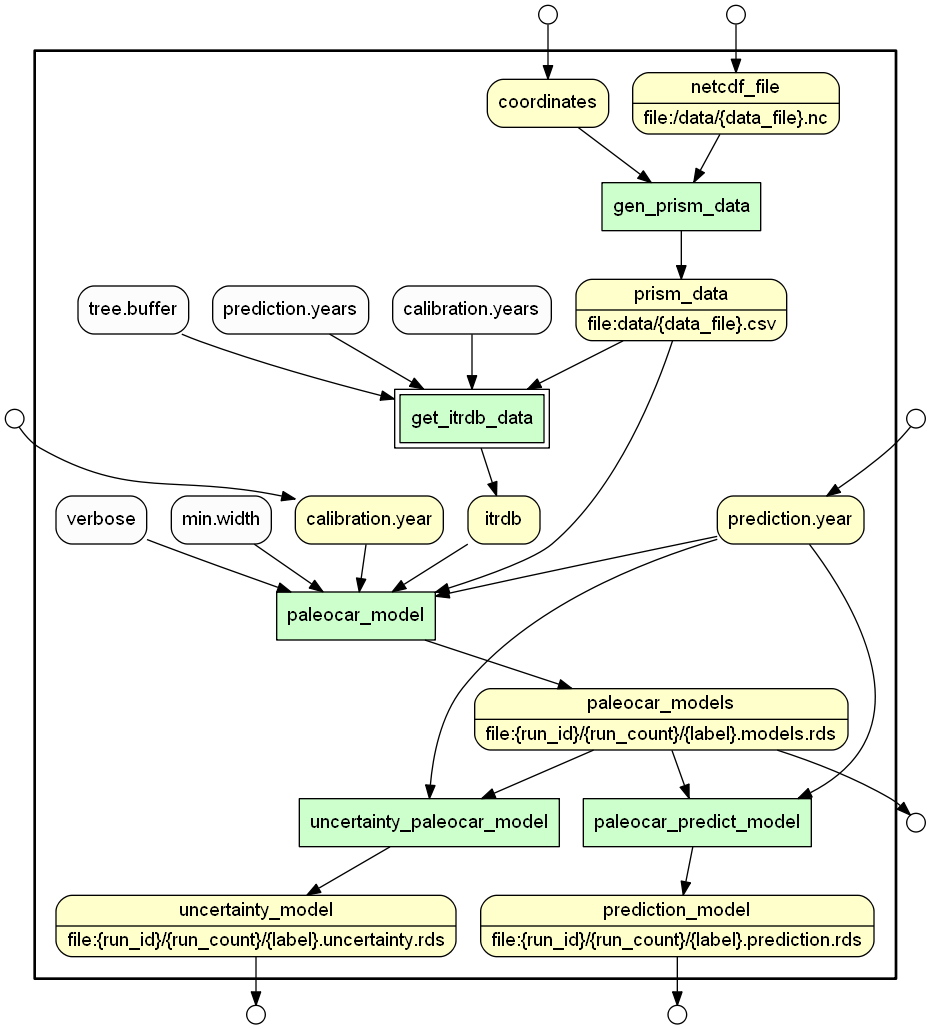
This is public/prospective_prov_img/paleocar_data_flow.png from idaks/wt-prov-Summer-2017, a Graphviz export, as it was before one commit. Its source is kept beside it as .prov_scripts/gv_files/paleocar_data_flow.gv.
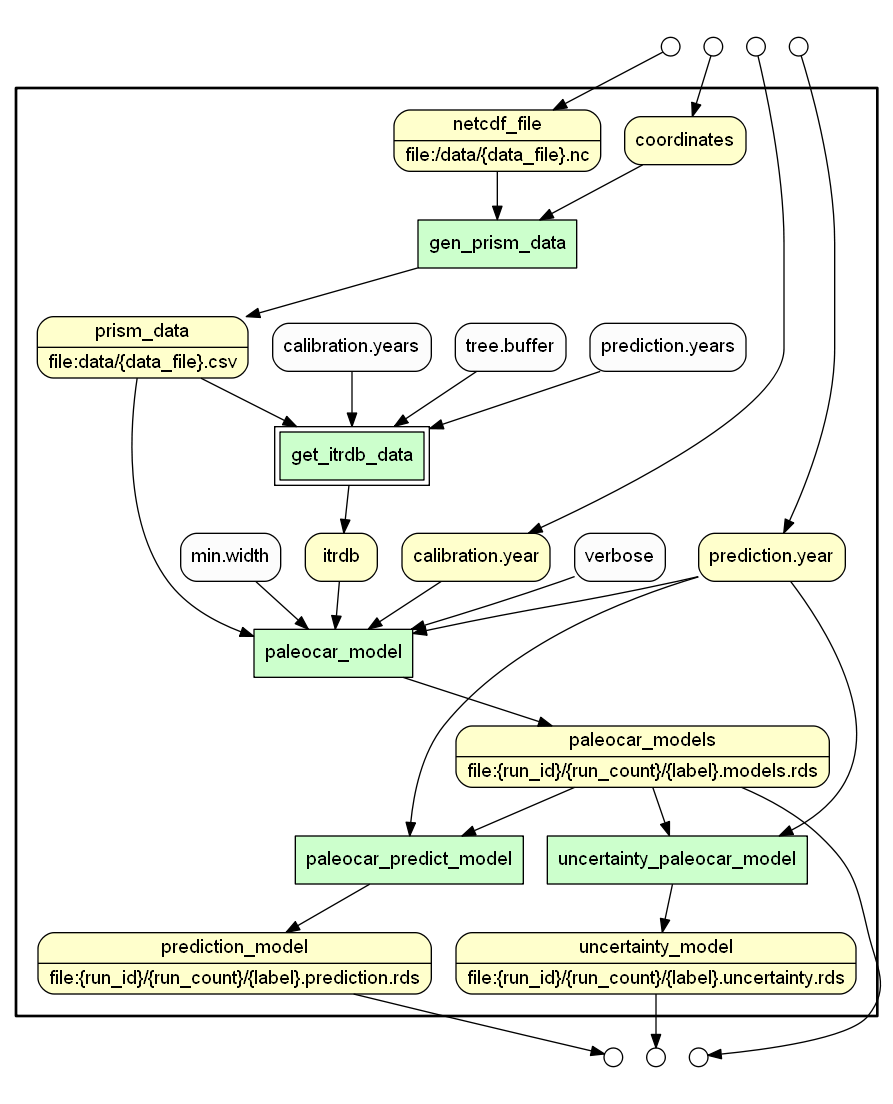
After the commit.

Diff of the diagram source:
```diff
@@ -44,15 +44,21 @@
 paleocar_models -> uncertainty_paleocar_model
 "prediction.year" -> uncertainty_paleocar_model
 }}
+subgraph cluster_input_ports_group_outer { label=""; penwidth=0
+subgraph cluster_input_ports_group_inner { label=""; penwidth=0
 node[shape=circle style="rounded,filled" fillcolor="#FFFFFF" peripheries=1 fontname=Helvetica width=0.2]
 coordinates_input_port [label=""]
 netcdf_file_input_port [label=""]
 "calibration.year_input_port" [label=""]
 "prediction.year_input_port" [label=""]
+}}
+subgraph cluster_output_ports_group_outer { label=""; penwidth=0
+subgraph cluster_output_ports_group_inner { label=""; penwidth=0
 node[shape=circle style="rounded,filled" fillcolor="#FFFFFF" peripheries=1 fontname=Helvetica width=0.2]
 paleocar_models_output_port [label=""]
 prediction_model_output_port [label=""]
 uncertainty_model_output_port [label=""]
+}}
 coordinates_input_port -> coordinates
 netcdf_file_input_port -> netcdf_file
 "calibration.year_input_port" -> "calibration.year"
```
